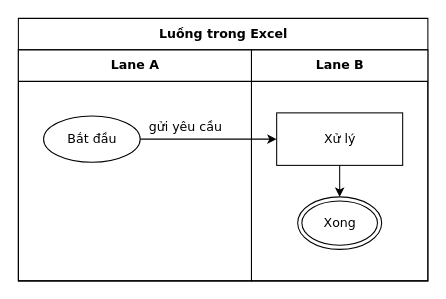
Before: conformance/golden/optimize/cases-xlsx-03-title-offset.drawio in luytbq/flowcast, a draw.io diagram. Source tidied: cells renumbered, new cells numbered last; positions are measured from the earlier drawing's top-left corner, leaving out a move shared by most shapes. Both pictures are drawn from the tidied source at 105%, with x=0, y=0 at pixel (18, 18).
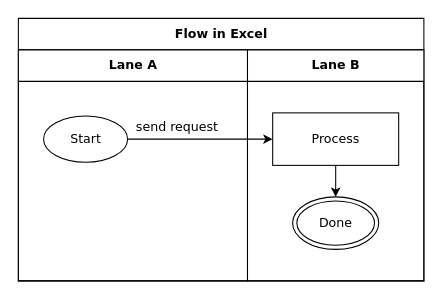
The same diagram, later.

Change to the diagram source:
```diff
@@
 <mxGraphModel>
   <root>
     <mxCell id="0" />
     <mxCell id="1" parent="0" />
-    <mxCell id="2" value="Luồng trong Excel" style="swimlane;html=1;startSize=30;fontStyle=1;fontFamily=Verdana;fontSize=12;flowtable=1;" parent="1" vertex="1">
-      <mxGeometry width="390" height="250" as="geometry" />
+    <mxCell id="2" value="Flow in Excel" style="swimlane;html=1;startSize=30;fontStyle=1;fontFamily=Verdana;fontSize=12;flowtable=1;" parent="1" vertex="1">
+      <mxGeometry width="386.2" height="250" as="geometry" />
     </mxCell>
     <mxCell id="3" value="Lane A" style="swimlane;html=1;startSize=30;fontFamily=Verdana;fontSize=12;flowtable=1;" parent="2" vertex="1">
-      <mxGeometry y="30" width="222" height="220" as="geometry" />
+      <mxGeometry y="30" width="218.2" height="220" as="geometry" />
     </mxCell>
     <mxCell id="4" value="Lane B" style="swimlane;html=1;startSize=30;fontFamily=Verdana;fontSize=12;flowtable=1;" parent="2" vertex="1">
-      <mxGeometry x="222" y="30" width="168" height="220" as="geometry" />
+      <mxGeometry x="218.2" y="30" width="168" height="220" as="geometry" />
     </mxCell>
-    <mxCell id="5" value="Bắt đầu" style="ellipse;html=1;fontFamily=Verdana;fontSize=12;flowtable=1;" parent="3" vertex="1">
-      <mxGeometry x="24" y="63" width="92" height="44" as="geometry" />
+    <mxCell id="5" value="Start" style="ellipse;html=1;fontFamily=Verdana;fontSize=12;flowtable=1;" parent="3" vertex="1">
+      <mxGeometry x="24" y="63" width="80" height="44" as="geometry" />
     </mxCell>
-    <mxCell id="6" value="Xử lý" style="rounded=0;html=1;fontFamily=Verdana;fontSize=12;flowtable=1;" parent="4" vertex="1">
+    <mxCell id="6" value="Process" style="rounded=0;html=1;fontFamily=Verdana;fontSize=12;flowtable=1;" parent="4" vertex="1">
       <mxGeometry x="24" y="60" width="120" height="50" as="geometry" />
     </mxCell>
-    <mxCell id="7" value="Xong" style="shape=doubleEllipse;html=1;fontFamily=Verdana;fontSize=12;flowtable=1;" parent="4" vertex="1">
-      <mxGeometry x="44" y="140" width="80" height="50" as="geometry" />
+    <mxCell id="7" value="Done" style="shape=doubleEllipse;html=1;fontFamily=Verdana;fontSize=12;flowtable=1;" parent="4" vertex="1">
+      <mxGeometry x="43" y="140" width="82" height="50" as="geometry" />
     </mxCell>
-    <mxCell id="8" value="gửi yêu cầu" style="edgeStyle=orthogonalEdgeStyle;rounded=0;jettySize=auto;html=1;labelBackgroundColor=default;exitX=1;exitY=0.5;exitDx=0;exitDy=0;entryX=0;entryY=0.5;entryDx=0;entryDy=0;fontFamily=Verdana;fontSize=12;flowtable=1;" parent="2" edge="1" source="5" target="6">
-      <mxGeometry x="-0.34" relative="1" as="geometry">
+    <mxCell id="8" value="send request" style="edgeStyle=orthogonalEdgeStyle;rounded=0;jettySize=auto;html=1;labelBackgroundColor=default;exitX=1;exitY=0.5;exitDx=0;exitDy=0;entryX=0;entryY=0.5;entryDx=0;entryDy=0;fontFamily=Verdana;fontSize=12;flowtable=1;" parent="2" edge="1" source="5" target="6">
+      <mxGeometry x="-0.32" relative="1" as="geometry">
         <mxPoint y="-11.5" as="offset" />
       </mxGeometry>
     </mxCell>
     <mxCell id="9" style="edgeStyle=orthogonalEdgeStyle;rounded=0;jettySize=auto;html=1;labelBackgroundColor=default;exitX=0.5;exitY=1;exitDx=0;exitDy=0;entryX=0.5;entryY=0;entryDx=0;entryDy=0;fontFamily=Verdana;fontSize=12;flowtable=1;" parent="2" edge="1" source="6" target="7">
       <mxGeometry relative="1" as="geometry" />
     </mxCell>
   </root>
 </mxGraphModel>
```
